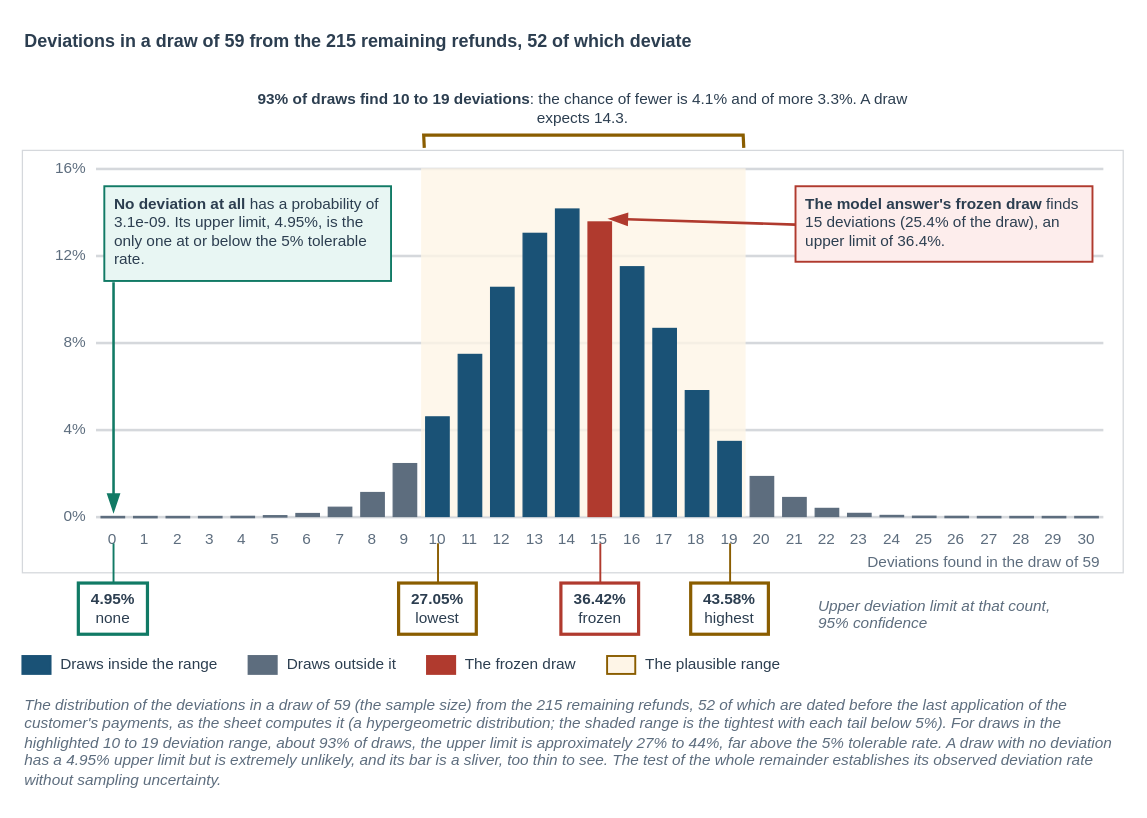
Earlier version of the draw.io diagram facts/instructor/figures/chapter-19-customer-credits-audit/IF-19-6-B.drawio (mmcodesso/Accounting_Analytics_Book). Source tidied: cells renumbered, new cells numbered last; positions are measured from the earlier drawing's top-left corner, leaving out a move shared by most shapes. Both pictures are drawn from the tidied source at 128%, with x=0, y=0 at pixel (22, 22).
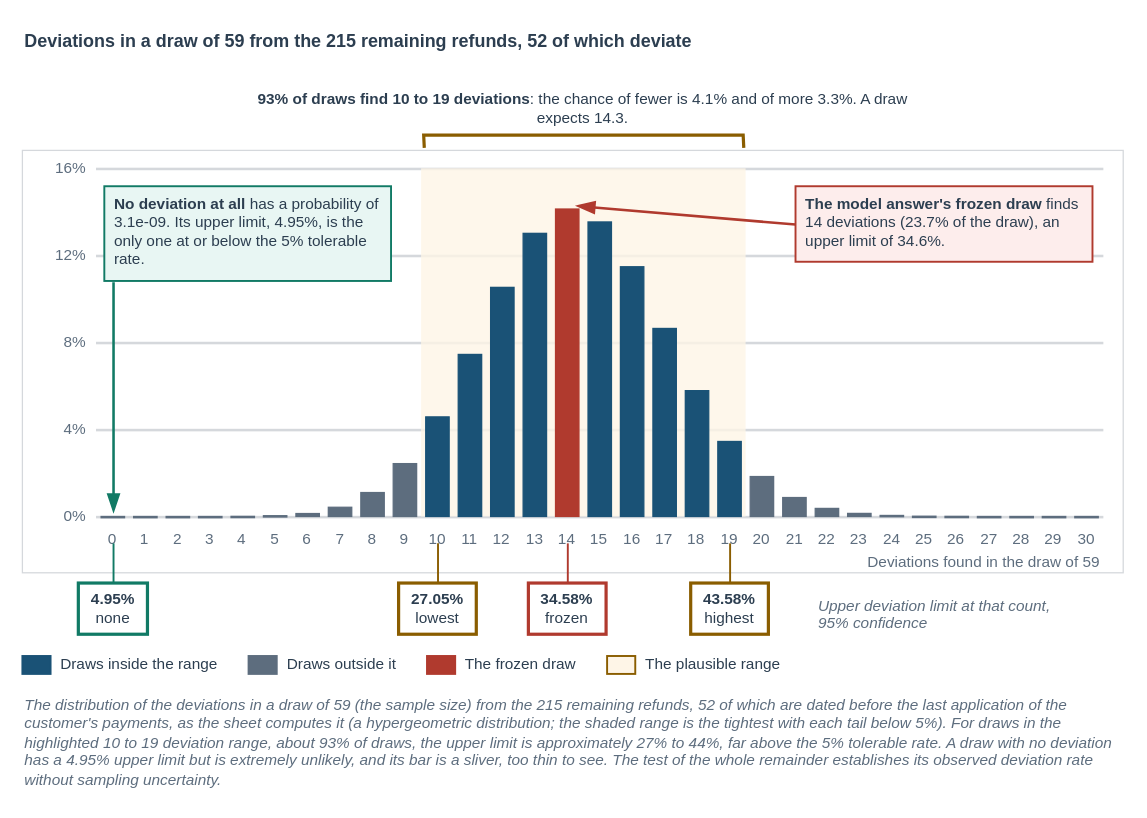
The same page after the edit.

Change to the diagram source:
```diff
@@
-    <mxCell id="62" style="rounded=0;arcSize=6;whiteSpace=wrap;html=1;fillColor=#1A5276;strokeColor=#1A5276;strokeWidth=1;fontColor=#2C3E50;fontSize=13;fontStyle=0;align=center;verticalAlign=middle;fontFamily=Helvetica;spacingLeft=6;spacingRight=6;" parent="1" vertex="1">
+    <mxCell id="62" style="rounded=0;arcSize=6;whiteSpace=wrap;html=1;fillColor=#B03A2E;strokeColor=#B03A2E;strokeWidth=1;fontColor=#2C3E50;fontSize=13;fontStyle=0;align=center;verticalAlign=middle;fontFamily=Helvetica;spacingLeft=6;spacingRight=6;" parent="1" vertex="1">
       <mxGeometry x="416.5" y="145.8" width="18.3" height="240.2" as="geometry" />
     </mxCell>
-    <mxCell id="63" style="rounded=0;arcSize=6;whiteSpace=wrap;html=1;fillColor=#B03A2E;strokeColor=#B03A2E;strokeWidth=1;fontColor=#2C3E50;fontSize=13;fontStyle=0;align=center;verticalAlign=middle;fontFamily=Helvetica;spacingLeft=6;spacingRight=6;" parent="1" vertex="1">
+    <mxCell id="63" style="rounded=0;arcSize=6;whiteSpace=wrap;html=1;fillColor=#1A5276;strokeColor=#1A5276;strokeWidth=1;fontColor=#2C3E50;fontSize=13;fontStyle=0;align=center;verticalAlign=middle;fontFamily=Helvetica;spacingLeft=6;spacingRight=6;" parent="1" vertex="1">
       <mxGeometry x="441.9" y="155.9" width="18.3" height="230.1" as="geometry" />
     </mxCell>
@@
-    <mxCell id="83" value="&lt;b&gt;The model answer's frozen draw&lt;/b&gt; finds 15 deviations (25.4% of the draw), an upper limit of 36.4%." style="rounded=0;arcSize=6;whiteSpace=wrap;html=1;fillColor=#FDEDEC;strokeColor=#B03A2E;strokeWidth=1.5;fontColor=#2C3E50;fontSize=12;fontStyle=0;align=left;verticalAlign=top;fontFamily=Helvetica;spacingLeft=6;spacingRight=6;" parent="1" vertex="1">
+    <mxCell id="83" value="&lt;b&gt;The model answer's frozen draw&lt;/b&gt; finds 14 deviations (23.7% of the draw), an upper limit of 34.6%." style="rounded=0;arcSize=6;whiteSpace=wrap;html=1;fillColor=#FDEDEC;strokeColor=#B03A2E;strokeWidth=1.5;fontColor=#2C3E50;fontSize=12;fontStyle=0;align=left;verticalAlign=top;fontFamily=Helvetica;spacingLeft=6;spacingRight=6;" parent="1" vertex="1">
       <mxGeometry x="604" y="128" width="232" height="59" as="geometry" />
     </mxCell>
@@
     <mxCell id="85" style="text;html=1;strokeColor=none;fillColor=none;" parent="1" vertex="1">
-      <mxGeometry x="457" y="152.9" width="1" height="1" as="geometry" />
+      <mxGeometry x="431.6" y="142.8" width="1" height="1" as="geometry" />
     </mxCell>
@@
-    <mxCell id="99" value="&lt;b&gt;36.42%&lt;/b&gt;&lt;br&gt;frozen" style="rounded=0;arcSize=6;whiteSpace=wrap;html=1;fillColor=#FFFFFF;strokeColor=#B03A2E;strokeWidth=2.5;fontColor=#2C3E50;fontSize=12;fontStyle=0;align=center;verticalAlign=middle;fontFamily=Helvetica;spacingLeft=6;spacingRight=6;" parent="1" vertex="1">
-      <mxGeometry x="420.7" y="438" width="60.7" height="40" as="geometry" />
+    <mxCell id="99" value="&lt;b&gt;34.58%&lt;/b&gt;&lt;br&gt;frozen" style="rounded=0;arcSize=6;whiteSpace=wrap;html=1;fillColor=#FFFFFF;strokeColor=#B03A2E;strokeWidth=2.5;fontColor=#2C3E50;fontSize=12;fontStyle=0;align=center;verticalAlign=middle;fontFamily=Helvetica;spacingLeft=6;spacingRight=6;" parent="1" vertex="1">
+      <mxGeometry x="395.3" y="438" width="60.7" height="40" as="geometry" />
     </mxCell>
     <mxCell id="100" style="text;html=1;strokeColor=none;fillColor=none;" parent="1" vertex="1">
-      <mxGeometry x="451" y="406" width="1" height="1" as="geometry" />
+      <mxGeometry x="425.6" y="406" width="1" height="1" as="geometry" />
     </mxCell>
     <mxCell id="101" style="text;html=1;strokeColor=none;fillColor=none;" parent="1" vertex="1">
-      <mxGeometry x="451" y="438" width="1" height="1" as="geometry" />
+      <mxGeometry x="425.6" y="438" width="1" height="1" as="geometry" />
     </mxCell>
```
